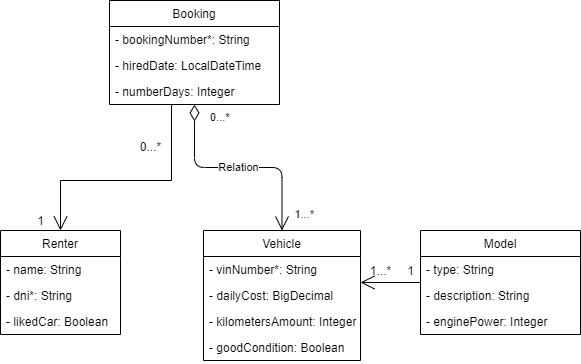
The draw.io diagram docs/car-hire.models.png in miw-upm/apaw-practice, before a commit. Source tidied: cells renumbered, new cells last; positions are measured from the earlier drawing's top-left corner, leaving out a move shared by most shapes.
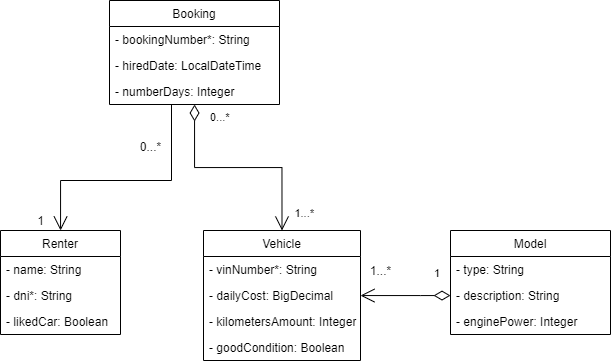
After the commit.

Commit message:
Car_Hire - Update UML #230

Change to the diagram source:
```diff
@@ -42,7 +42,7 @@
       <mxGeometry y="104" width="157" height="26" as="geometry" />
     </mxCell>
     <mxCell id="15" value="Model" style="swimlane;fontStyle=0;horizontal=1;startSize=26;fillColor=none;" parent="1" vertex="1">
-      <mxGeometry x="420" y="230" width="160" height="104" as="geometry" />
+      <mxGeometry x="450" y="230" width="160" height="104" as="geometry" />
     </mxCell>
     <mxCell id="16" value="- type: String" style="text;strokeColor=none;fillColor=none;align=left;verticalAlign=top;spacingLeft=4;spacingRight=4;overflow=hidden;" parent="15" vertex="1">
       <mxGeometry y="26" width="160" height="26" as="geometry" />
@@ -53,7 +53,7 @@
     <mxCell id="18" value="- enginePower: Integer" style="text;strokeColor=none;fillColor=none;align=left;verticalAlign=top;spacingLeft=4;spacingRight=4;overflow=hidden;" parent="15" vertex="1">
       <mxGeometry y="78" width="160" height="26" as="geometry" />
     </mxCell>
-    <mxCell id="19" value="Relation" style="endArrow=open;html=1;endSize=12;startArrow=diamondThin;startSize=14;startFill=0;edgeStyle=orthogonalEdgeStyle;entryX=0.5;entryY=0;entryDx=0;entryDy=0;" parent="1" edge="1" source="6" target="10">
+    <mxCell id="19" style="endArrow=open;html=1;endSize=12;startArrow=diamondThin;startSize=14;startFill=0;edgeStyle=orthogonalEdgeStyle;entryX=0.5;entryY=0;entryDx=0;entryDy=0;rounded=0;" parent="1" edge="1" source="6" target="10">
       <mxGeometry relative="1" as="geometry" />
     </mxCell>
     <mxCell id="20" value="0...*" style="edgeLabel;html=1;align=left;verticalAlign=top;" parent="19" vertex="1">
@@ -77,22 +77,24 @@
     <mxCell id="23" value="1...*" style="text;html=1;align=center;verticalAlign=middle;fillColor=none;strokeColor=none;rounded=0;" parent="1" vertex="1">
       <mxGeometry x="360" y="260" width="40" height="20" as="geometry" />
     </mxCell>
-    <mxCell id="24" value="1" style="text;html=1;align=center;verticalAlign=middle;fillColor=none;strokeColor=none;rounded=0;" parent="1" vertex="1">
-      <mxGeometry x="400" y="260" width="20" height="20" as="geometry" />
-    </mxCell>
     <mxCell id="25" value="0...*" style="text;html=1;align=center;verticalAlign=middle;fillColor=none;strokeColor=none;rounded=0;" parent="1" vertex="1">
       <mxGeometry x="130" y="136" width="40" height="20" as="geometry" />
     </mxCell>
     <mxCell id="26" value="1" style="text;html=1;align=center;verticalAlign=middle;fillColor=none;strokeColor=none;rounded=0;" parent="1" vertex="1">
       <mxGeometry x="30" y="210" width="20" height="20" as="geometry" />
     </mxCell>
-    <mxCell id="27" style="endArrow=open;endFill=1;endSize=12;html=1;rounded=0;edgeStyle=orthogonalEdgeStyle;" parent="1" edge="1" source="15" target="10">
-      <mxGeometry relative="1" as="geometry">
+    <mxCell id="27" style="endArrow=open;html=1;endSize=12;startArrow=diamondThin;startSize=14;startFill=0;edgeStyle=orthogonalEdgeStyle;rounded=0;" parent="1" edge="1" source="15" target="10">
+      <mxGeometry x="0.12" relative="1" as="geometry">
         <Array as="points">
-          <mxPoint x="430" y="308" />
-          <mxPoint x="430" y="308" />
+          <mxPoint x="420" y="295" />
+          <mxPoint x="420" y="295" />
         </Array>
       </mxGeometry>
     </mxCell>
+    <mxCell id="24" value="1" style="edgeLabel;html=1;align=right;verticalAlign=top;" parent="27" vertex="1">
+      <mxGeometry x="1" relative="1" as="geometry">
+        <mxPoint x="80" y="-35" as="offset" />
+      </mxGeometry>
+    </mxCell>
   </root>
 </mxGraphModel>
```
